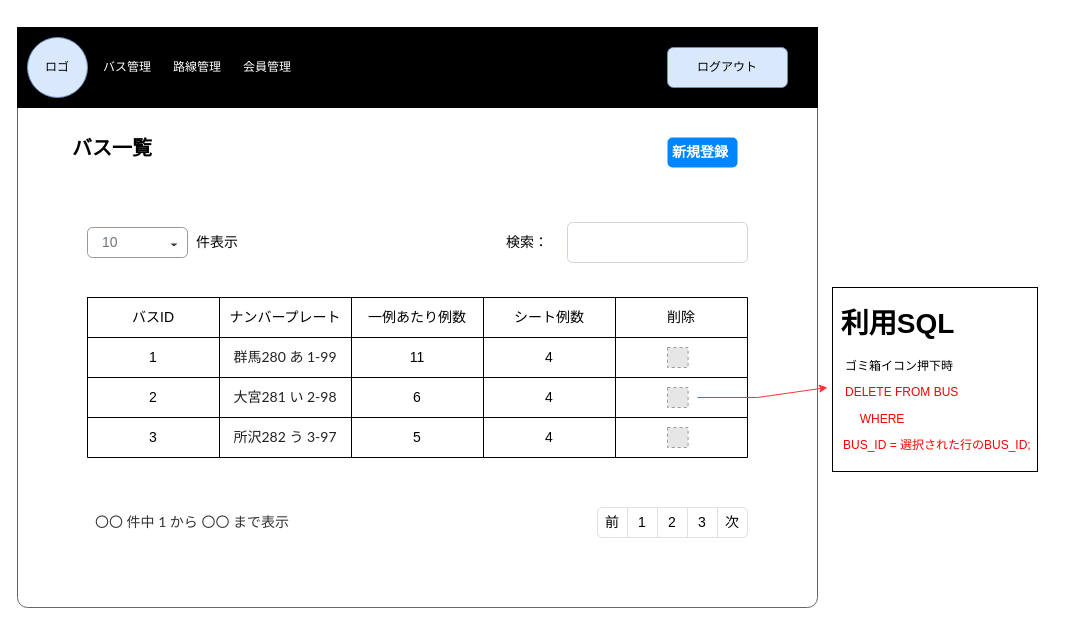
Above: page "3.バス一覧画面" (3 of 14) of root/common/doc/画面設計/運用者画面設計.drawio in thatislg/busBookingComplete (draw.io), before the change. Source tidied: cells renumbered, new cells numbered last; positions are measured from the earlier drawing's top-left corner, leaving out a move shared by most shapes. Both pictures are drawn from the tidied source at 100%, with x=0, y=0 at pixel (17, 17). Pictures stored in the file or linked from it are replaced by grey dashed boxes.
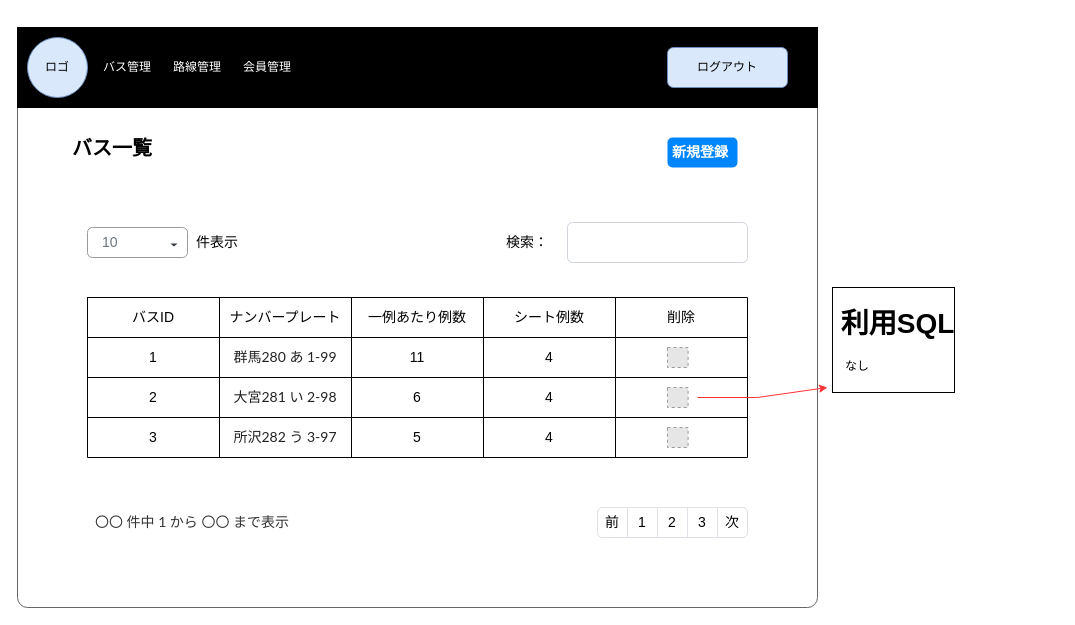
The same diagram, later.

What changed in the source:
```diff
@@
-    <mxCell id="56" value="&lt;h1&gt;&amp;nbsp;利用SQL&lt;/h1&gt;&lt;h1&gt;&lt;p style=&quot;font-size: 12px; font-weight: 400;&quot;&gt;　ゴミ箱イコン押下時&lt;/p&gt;&lt;p style=&quot;font-size: 12px; font-weight: 400;&quot;&gt;&lt;font color=&quot;#ff0000&quot;&gt;　&lt;/font&gt;&lt;span style=&quot;color: rgb(255, 0, 0);&quot;&gt;DELETE FROM BUS&amp;nbsp;&lt;/span&gt;&lt;/p&gt;&lt;p style=&quot;font-size: 12px; font-weight: 400;&quot;&gt;&lt;span style=&quot;color: rgb(255, 0, 0);&quot;&gt;&lt;span style=&quot;white-space: pre;&quot;&gt;&#9;&lt;/span&gt;WHERE&lt;/span&gt;&lt;/p&gt;&lt;p style=&quot;font-size: 12px; font-weight: 400;&quot;&gt;&lt;span style=&quot;color: rgb(255, 0, 0);&quot;&gt;&amp;nbsp; &amp;nbsp;BUS_ID = 選択された行のBUS_ID;&amp;nbsp;&amp;nbsp;&lt;/span&gt;&lt;/p&gt;&lt;/h1&gt;" style="text;html=1;strokeColor=none;fillColor=none;spacing=5;spacingTop=-20;whiteSpace=wrap;overflow=hidden;rounded=0;fontSize=14;fontColor=#000000;labelBackgroundColor=default;labelBorderColor=default;" parent="1" vertex="1">
+    <mxCell id="56" value="&lt;h1&gt;&amp;nbsp;利用SQL&lt;/h1&gt;&lt;h1&gt;&lt;p style=&quot;font-size: 12px; font-weight: 400;&quot;&gt;　なし&lt;span style=&quot;color: rgb(255, 0, 0);&quot;&gt;&amp;nbsp;&amp;nbsp;&lt;/span&gt;&lt;/p&gt;&lt;/h1&gt;" style="text;html=1;strokeColor=none;fillColor=none;spacing=5;spacingTop=-20;whiteSpace=wrap;overflow=hidden;rounded=0;fontSize=14;fontColor=#000000;labelBackgroundColor=default;labelBorderColor=default;" parent="1" vertex="1">
       <mxGeometry x="810" y="280" width="230" height="180" as="geometry" />
     </mxCell>
```
